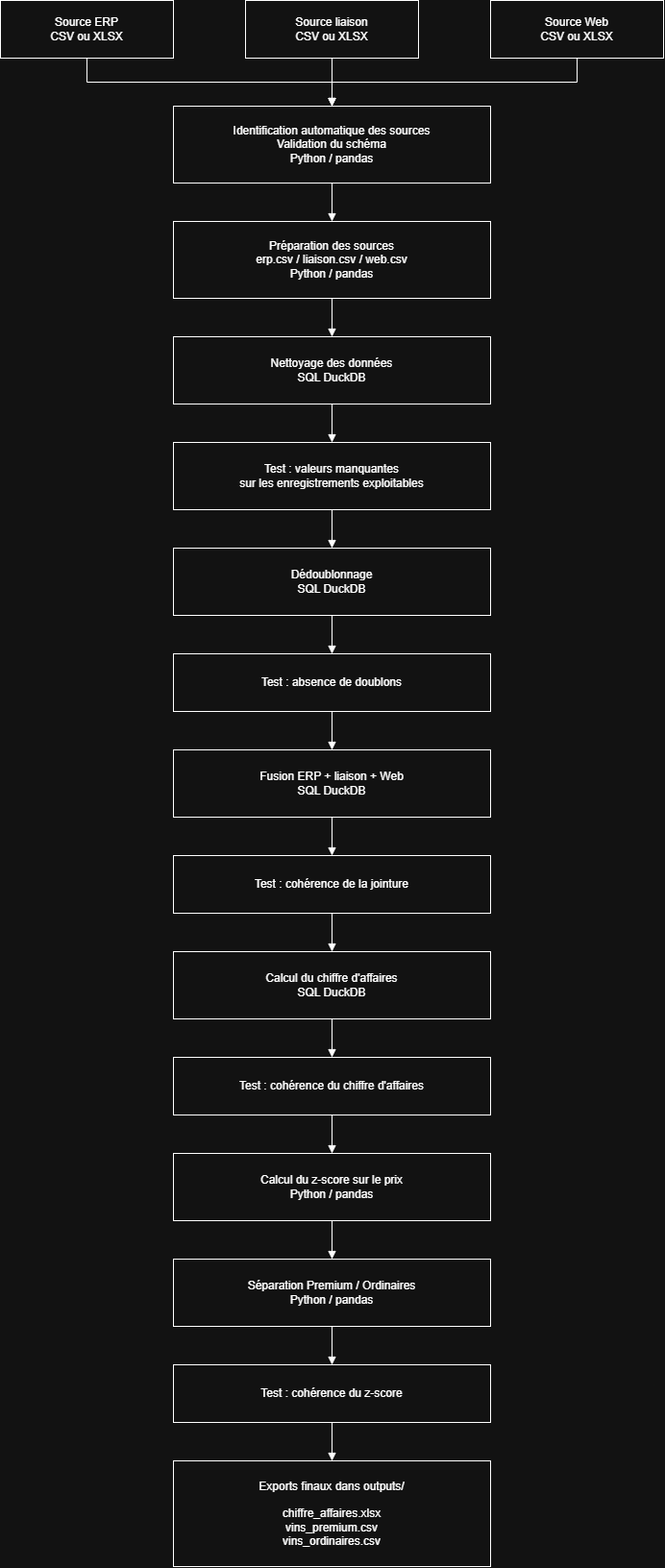
Earlier version of the draw.io export docs/Diagramme_pipeline.png (84TommyJerry84/sl-2026-kestra). Source tidied: cells renumbered, new cells last; positions are measured from the earlier drawing's top-left corner, leaving out a move shared by most shapes.
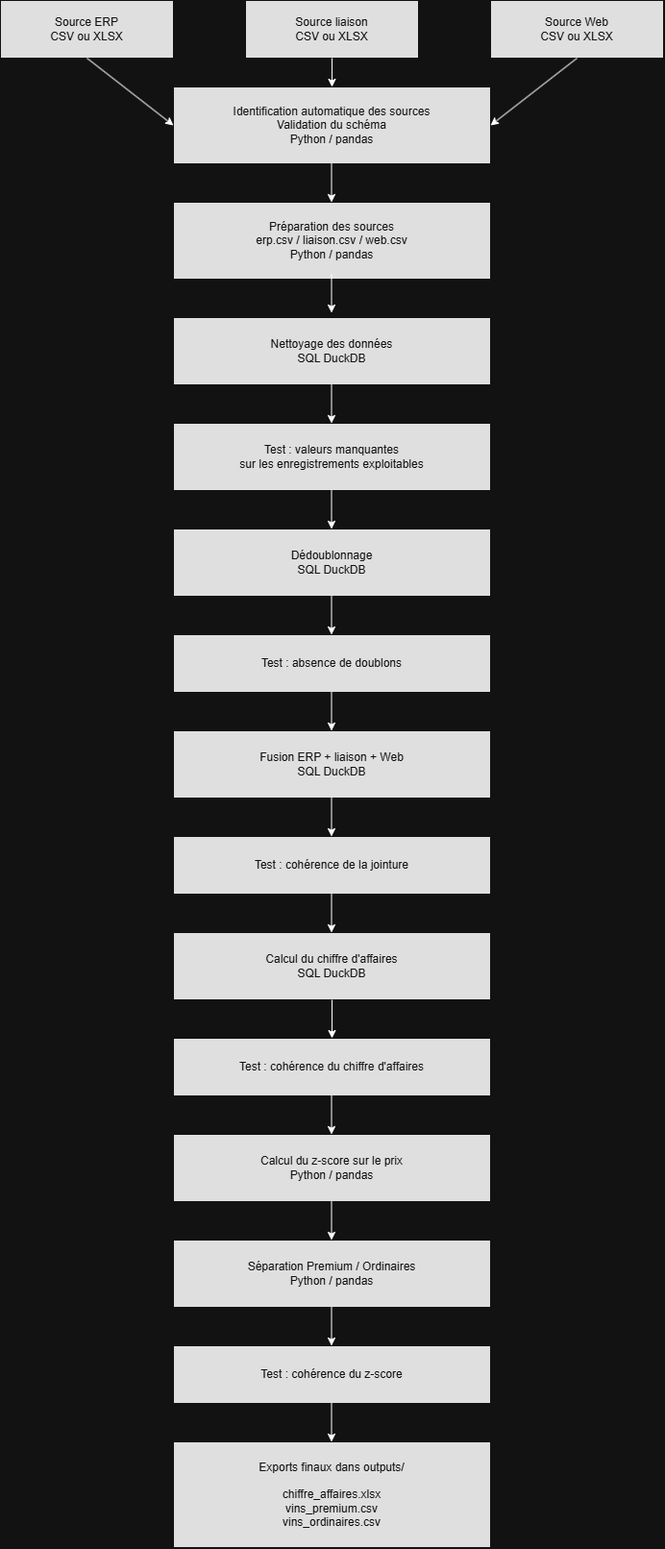
Later version of the same file.

The edit, as a diff of the source:
```diff
@@ -2,104 +2,190 @@
   <root>
     <mxCell id="0" />
     <mxCell id="1" parent="0" />
-    <mxCell id="2" value="Source ERP&#10;CSV ou XLSX" style="rounded=0;whiteSpace=wrap;html=1;align=center;verticalAlign=middle;" parent="1" vertex="1">
-      <mxGeometry width="180" height="60" as="geometry" />
+    <mxCell id="2" value="Source ERP&lt;br&gt;CSV ou XLSX" style="rounded=0;whiteSpace=wrap;html=1;fillColor=#101010;strokeColor=#FFFFFF;fontColor=#FFFFFF;fontSize=12;align=center;verticalAlign=middle;" parent="1" vertex="1">
+      <mxGeometry y="20" width="180" height="60" as="geometry" />
     </mxCell>
-    <mxCell id="3" value="Source liaison&#10;CSV ou XLSX" style="rounded=0;whiteSpace=wrap;html=1;align=center;verticalAlign=middle;" parent="1" vertex="1">
-      <mxGeometry x="255" width="180" height="60" as="geometry" />
+    <mxCell id="3" value="Source liaison&lt;br&gt;CSV ou XLSX" style="rounded=0;whiteSpace=wrap;html=1;fillColor=#101010;strokeColor=#FFFFFF;fontColor=#FFFFFF;fontSize=12;align=center;verticalAlign=middle;" parent="1" vertex="1">
+      <mxGeometry x="255" y="20" width="180" height="60" as="geometry" />
     </mxCell>
-    <mxCell id="4" value="Source Web&#10;CSV ou XLSX" style="rounded=0;whiteSpace=wrap;html=1;align=center;verticalAlign=middle;" parent="1" vertex="1">
-      <mxGeometry x="510" width="180" height="60" as="geometry" />
+    <mxCell id="4" value="Source Web&lt;br&gt;CSV ou XLSX" style="rounded=0;whiteSpace=wrap;html=1;fillColor=#101010;strokeColor=#FFFFFF;fontColor=#FFFFFF;fontSize=12;align=center;verticalAlign=middle;" parent="1" vertex="1">
+      <mxGeometry x="510" y="20" width="180" height="60" as="geometry" />
     </mxCell>
-    <mxCell id="5" value="Identification automatique des sources&#10;Validation du schéma&#10;Python / pandas" style="rounded=0;whiteSpace=wrap;html=1;align=center;verticalAlign=middle;" parent="1" vertex="1">
+    <mxCell id="5" value="Identification automatique des sources&lt;br&gt;Validation du schéma&lt;br&gt;Python / pandas" style="rounded=0;whiteSpace=wrap;html=1;fillColor=#101010;strokeColor=#FFFFFF;fontColor=#FFFFFF;fontSize=12;align=center;verticalAlign=middle;" parent="1" vertex="1">
       <mxGeometry x="180" y="110" width="330" height="80" as="geometry" />
     </mxCell>
-    <mxCell id="6" value="Préparation des sources&#10;erp.csv / liaison.csv / web.csv&#10;Python / pandas" style="rounded=0;whiteSpace=wrap;html=1;align=center;verticalAlign=middle;" parent="1" vertex="1">
+    <mxCell id="6" value="Préparation des sources&lt;br&gt;erp.csv / liaison.csv / web.csv&lt;br&gt;Python / pandas" style="rounded=0;whiteSpace=wrap;html=1;fillColor=#101010;strokeColor=#FFFFFF;fontColor=#FFFFFF;fontSize=12;align=center;verticalAlign=middle;" parent="1" vertex="1">
       <mxGeometry x="180" y="230" width="330" height="80" as="geometry" />
     </mxCell>
-    <mxCell id="7" value="Nettoyage des données&#10;SQL DuckDB" style="rounded=0;whiteSpace=wrap;html=1;align=center;verticalAlign=middle;" parent="1" vertex="1">
+    <mxCell id="7" value="Nettoyage des données&lt;br&gt;SQL DuckDB" style="rounded=0;whiteSpace=wrap;html=1;fillColor=#101010;strokeColor=#FFFFFF;fontColor=#FFFFFF;fontSize=12;align=center;verticalAlign=middle;" parent="1" vertex="1">
       <mxGeometry x="180" y="350" width="330" height="70" as="geometry" />
     </mxCell>
-    <mxCell id="8" value="Test : valeurs manquantes&#10;sur les enregistrements exploitables" style="rounded=0;whiteSpace=wrap;html=1;align=center;verticalAlign=middle;" parent="1" vertex="1">
+    <mxCell id="8" value="Test : valeurs manquantes&lt;br&gt;sur les enregistrements exploitables" style="rounded=0;whiteSpace=wrap;html=1;fillColor=#101010;strokeColor=#FFFFFF;fontColor=#FFFFFF;fontSize=12;align=center;verticalAlign=middle;" parent="1" vertex="1">
       <mxGeometry x="180" y="460" width="330" height="70" as="geometry" />
     </mxCell>
-    <mxCell id="9" value="Dédoublonnage&#10;SQL DuckDB" style="rounded=0;whiteSpace=wrap;html=1;align=center;verticalAlign=middle;" parent="1" vertex="1">
+    <mxCell id="9" value="Dédoublonnage&lt;br&gt;SQL DuckDB" style="rounded=0;whiteSpace=wrap;html=1;fillColor=#101010;strokeColor=#FFFFFF;fontColor=#FFFFFF;fontSize=12;align=center;verticalAlign=middle;" parent="1" vertex="1">
       <mxGeometry x="180" y="570" width="330" height="70" as="geometry" />
     </mxCell>
-    <mxCell id="10" value="Test : absence de doublons" style="rounded=0;whiteSpace=wrap;html=1;align=center;verticalAlign=middle;" parent="1" vertex="1">
+    <mxCell id="10" value="Test : absence de doublons" style="rounded=0;whiteSpace=wrap;html=1;fillColor=#101010;strokeColor=#FFFFFF;fontColor=#FFFFFF;fontSize=12;align=center;verticalAlign=middle;" parent="1" vertex="1">
       <mxGeometry x="180" y="680" width="330" height="60" as="geometry" />
     </mxCell>
-    <mxCell id="11" value="Fusion ERP + liaison + Web&#10;SQL DuckDB" style="rounded=0;whiteSpace=wrap;html=1;align=center;verticalAlign=middle;" parent="1" vertex="1">
+    <mxCell id="11" value="Fusion ERP + liaison + Web&lt;br&gt;SQL DuckDB" style="rounded=0;whiteSpace=wrap;html=1;fillColor=#101010;strokeColor=#FFFFFF;fontColor=#FFFFFF;fontSize=12;align=center;verticalAlign=middle;" parent="1" vertex="1">
       <mxGeometry x="180" y="780" width="330" height="70" as="geometry" />
     </mxCell>
-    <mxCell id="12" value="Test : cohérence de la jointure" style="rounded=0;whiteSpace=wrap;html=1;align=center;verticalAlign=middle;" parent="1" vertex="1">
+    <mxCell id="12" value="Test : cohérence de la jointure" style="rounded=0;whiteSpace=wrap;html=1;fillColor=#101010;strokeColor=#FFFFFF;fontColor=#FFFFFF;fontSize=12;align=center;verticalAlign=middle;" parent="1" vertex="1">
       <mxGeometry x="180" y="890" width="330" height="60" as="geometry" />
     </mxCell>
-    <mxCell id="13" value="Calcul du chiffre d'affaires&#10;SQL DuckDB" style="rounded=0;whiteSpace=wrap;html=1;align=center;verticalAlign=middle;" parent="1" vertex="1">
+    <mxCell id="13" value="Calcul du chiffre d'affaires&lt;br&gt;SQL DuckDB" style="rounded=0;whiteSpace=wrap;html=1;fillColor=#101010;strokeColor=#FFFFFF;fontColor=#FFFFFF;fontSize=12;align=center;verticalAlign=middle;" parent="1" vertex="1">
       <mxGeometry x="180" y="990" width="330" height="70" as="geometry" />
     </mxCell>
-    <mxCell id="14" value="Test : cohérence du chiffre d'affaires" style="rounded=0;whiteSpace=wrap;html=1;align=center;verticalAlign=middle;" parent="1" vertex="1">
+    <mxCell id="14" value="Test : cohérence du chiffre d'affaires" style="rounded=0;whiteSpace=wrap;html=1;fillColor=#101010;strokeColor=#FFFFFF;fontColor=#FFFFFF;fontSize=12;align=center;verticalAlign=middle;" parent="1" vertex="1">
       <mxGeometry x="180" y="1100" width="330" height="60" as="geometry" />
     </mxCell>
-    <mxCell id="15" value="Calcul du z-score sur le prix&#10;Python / pandas" style="rounded=0;whiteSpace=wrap;html=1;align=center;verticalAlign=middle;" parent="1" vertex="1">
+    <mxCell id="15" value="Calcul du z-score sur le prix&lt;br&gt;Python / pandas" style="rounded=0;whiteSpace=wrap;html=1;fillColor=#101010;strokeColor=#FFFFFF;fontColor=#FFFFFF;fontSize=12;align=center;verticalAlign=middle;" parent="1" vertex="1">
       <mxGeometry x="180" y="1200" width="330" height="70" as="geometry" />
     </mxCell>
-    <mxCell id="16" value="Séparation Premium / Ordinaires&#10;Python / pandas" style="rounded=0;whiteSpace=wrap;html=1;align=center;verticalAlign=middle;" parent="1" vertex="1">
+    <mxCell id="16" value="Séparation Premium / Ordinaires&lt;br&gt;Python / pandas" style="rounded=0;whiteSpace=wrap;html=1;fillColor=#101010;strokeColor=#FFFFFF;fontColor=#FFFFFF;fontSize=12;align=center;verticalAlign=middle;" parent="1" vertex="1">
       <mxGeometry x="180" y="1310" width="330" height="70" as="geometry" />
     </mxCell>
-    <mxCell id="17" value="Test : cohérence du z-score" style="rounded=0;whiteSpace=wrap;html=1;align=center;verticalAlign=middle;" parent="1" vertex="1">
+    <mxCell id="17" value="Test : cohérence du z-score" style="rounded=0;whiteSpace=wrap;html=1;fillColor=#101010;strokeColor=#FFFFFF;fontColor=#FFFFFF;fontSize=12;align=center;verticalAlign=middle;" parent="1" vertex="1">
       <mxGeometry x="180" y="1420" width="330" height="60" as="geometry" />
     </mxCell>
-    <mxCell id="18" value="Exports finaux dans outputs/&#10;&#10;chiffre_affaires.xlsx&#10;vins_premium.csv&#10;vins_ordinaires.csv" style="rounded=0;whiteSpace=wrap;html=1;align=center;verticalAlign=middle;" parent="1" vertex="1">
+    <mxCell id="18" value="Exports finaux dans outputs/&lt;br&gt;&lt;br&gt;chiffre_affaires.xlsx&lt;br&gt;vins_premium.csv&lt;br&gt;vins_ordinaires.csv" style="rounded=0;whiteSpace=wrap;html=1;fillColor=#101010;strokeColor=#FFFFFF;fontColor=#FFFFFF;fontSize=12;align=center;verticalAlign=middle;" parent="1" vertex="1">
       <mxGeometry x="180" y="1520" width="330" height="110" as="geometry" />
     </mxCell>
-    <mxCell id="19" style="edgeStyle=orthogonalEdgeStyle;rounded=0;html=1;endArrow=block;" parent="1" edge="1" source="2" target="5">
-      <mxGeometry relative="1" as="geometry" />
-    </mxCell>
+    <mxCell id="35" style="edgeStyle=orthogonalEdgeStyle;rounded=0;jettySize=auto;html=1;strokeColor=#FFFFFF;strokeWidth=1;endArrow=block;endFill=1;" parent="1" edge="1" source="2" target="5">
+      <mxGeometry relative="1" as="geometry" />
+    </mxCell>
-    <mxCell id="20" style="edgeStyle=orthogonalEdgeStyle;rounded=0;html=1;endArrow=block;" parent="1" edge="1" source="3" target="5">
+    <mxCell id="20" style="edgeStyle=orthogonalEdgeStyle;rounded=0;jettySize=auto;html=1;strokeColor=#FFFFFF;strokeWidth=1;endArrow=block;endFill=1;" parent="1" edge="1" source="3" target="5">
       <mxGeometry relative="1" as="geometry" />
     </mxCell>
-    <mxCell id="21" style="edgeStyle=orthogonalEdgeStyle;rounded=0;html=1;endArrow=block;" parent="1" edge="1" source="4" target="5">
-      <mxGeometry relative="1" as="geometry" />
-    </mxCell>
+    <mxCell id="36" style="edgeStyle=orthogonalEdgeStyle;rounded=0;jettySize=auto;html=1;strokeColor=#FFFFFF;strokeWidth=1;endArrow=block;endFill=1;" parent="1" edge="1" source="4" target="5">
+      <mxGeometry relative="1" as="geometry" />
+    </mxCell>
-    <mxCell id="22" style="edgeStyle=orthogonalEdgeStyle;rounded=0;html=1;endArrow=block;" parent="1" edge="1" source="5" target="6">
+    <mxCell id="22" style="edgeStyle=orthogonalEdgeStyle;rounded=0;jettySize=auto;html=1;strokeColor=#FFFFFF;strokeWidth=1;endArrow=block;endFill=1;" parent="1" edge="1" source="5" target="6">
       <mxGeometry relative="1" as="geometry" />
     </mxCell>
-    <mxCell id="23" style="edgeStyle=orthogonalEdgeStyle;rounded=0;html=1;endArrow=block;" parent="1" edge="1" source="6" target="7">
+    <mxCell id="23" style="edgeStyle=orthogonalEdgeStyle;rounded=0;jettySize=auto;html=1;strokeColor=#FFFFFF;strokeWidth=1;endArrow=block;endFill=1;" parent="1" edge="1" source="6" target="7">
       <mxGeometry relative="1" as="geometry" />
     </mxCell>
-    <mxCell id="24" style="edgeStyle=orthogonalEdgeStyle;rounded=0;html=1;endArrow=block;" parent="1" edge="1" source="7" target="8">
+    <mxCell id="24" style="edgeStyle=orthogonalEdgeStyle;rounded=0;jettySize=auto;html=1;strokeColor=#FFFFFF;strokeWidth=1;endArrow=block;endFill=1;" parent="1" edge="1" source="7" target="8">
       <mxGeometry relative="1" as="geometry" />
     </mxCell>
-    <mxCell id="25" style="edgeStyle=orthogonalEdgeStyle;rounded=0;html=1;endArrow=block;" parent="1" edge="1" source="8" target="9">
+    <mxCell id="25" style="edgeStyle=orthogonalEdgeStyle;rounded=0;jettySize=auto;html=1;strokeColor=#FFFFFF;strokeWidth=1;endArrow=block;endFill=1;" parent="1" edge="1" source="8" target="9">
       <mxGeometry relative="1" as="geometry" />
     </mxCell>
-    <mxCell id="26" style="edgeStyle=orthogonalEdgeStyle;rounded=0;html=1;endArrow=block;" parent="1" edge="1" source="9" target="10">
+    <mxCell id="26" style="edgeStyle=orthogonalEdgeStyle;rounded=0;jettySize=auto;html=1;strokeColor=#FFFFFF;strokeWidth=1;endArrow=block;endFill=1;" parent="1" edge="1" source="9" target="10">
       <mxGeometry relative="1" as="geometry" />
     </mxCell>
-    <mxCell id="27" style="edgeStyle=orthogonalEdgeStyle;rounded=0;html=1;endArrow=block;" parent="1" edge="1" source="10" target="11">
+    <mxCell id="27" style="edgeStyle=orthogonalEdgeStyle;rounded=0;jettySize=auto;html=1;strokeColor=#FFFFFF;strokeWidth=1;endArrow=block;endFill=1;" parent="1" edge="1" source="10" target="11">
       <mxGeometry relative="1" as="geometry" />
     </mxCell>
-    <mxCell id="28" style="edgeStyle=orthogonalEdgeStyle;rounded=0;html=1;endArrow=block;" parent="1" edge="1" source="11" target="12">
+    <mxCell id="28" style="edgeStyle=orthogonalEdgeStyle;rounded=0;jettySize=auto;html=1;strokeColor=#FFFFFF;strokeWidth=1;endArrow=block;endFill=1;" parent="1" edge="1" source="11" target="12">
       <mxGeometry relative="1" as="geometry" />
     </mxCell>
-    <mxCell id="29" style="edgeStyle=orthogonalEdgeStyle;rounded=0;html=1;endArrow=block;" parent="1" edge="1" source="12" target="13">
+    <mxCell id="29" style="edgeStyle=orthogonalEdgeStyle;rounded=0;jettySize=auto;html=1;strokeColor=#FFFFFF;strokeWidth=1;endArrow=block;endFill=1;" parent="1" edge="1" source="12" target="13">
       <mxGeometry relative="1" as="geometry" />
     </mxCell>
-    <mxCell id="30" style="edgeStyle=orthogonalEdgeStyle;rounded=0;html=1;endArrow=block;" parent="1" edge="1" source="13" target="14">
-      <mxGeometry relative="1" as="geometry" />
-    </mxCell>
+    <mxCell id="37" style="edgeStyle=orthogonalEdgeStyle;rounded=0;jettySize=auto;html=1;strokeColor=#FFFFFF;strokeWidth=1;endArrow=block;endFill=1;" parent="1" edge="1" source="13" target="14">
+      <mxGeometry relative="1" as="geometry" />
+    </mxCell>
-    <mxCell id="31" style="edgeStyle=orthogonalEdgeStyle;rounded=0;html=1;endArrow=block;" parent="1" edge="1" source="14" target="15">
+    <mxCell id="31" style="edgeStyle=orthogonalEdgeStyle;rounded=0;jettySize=auto;html=1;strokeColor=#FFFFFF;strokeWidth=1;endArrow=block;endFill=1;" parent="1" edge="1" source="14" target="15">
       <mxGeometry relative="1" as="geometry" />
     </mxCell>
-    <mxCell id="32" style="edgeStyle=orthogonalEdgeStyle;rounded=0;html=1;endArrow=block;" parent="1" edge="1" source="15" target="16">
+    <mxCell id="32" style="edgeStyle=orthogonalEdgeStyle;rounded=0;jettySize=auto;html=1;strokeColor=#FFFFFF;strokeWidth=1;endArrow=block;endFill=1;" parent="1" edge="1" source="15" target="16">
       <mxGeometry relative="1" as="geometry" />
     </mxCell>
-    <mxCell id="33" style="edgeStyle=orthogonalEdgeStyle;rounded=0;html=1;endArrow=block;" parent="1" edge="1" source="16" target="17">
+    <mxCell id="33" style="edgeStyle=orthogonalEdgeStyle;rounded=0;jettySize=auto;html=1;strokeColor=#FFFFFF;strokeWidth=1;endArrow=block;endFill=1;" parent="1" edge="1" source="16" target="17">
       <mxGeometry relative="1" as="geometry" />
     </mxCell>
-    <mxCell id="34" style="edgeStyle=orthogonalEdgeStyle;rounded=0;html=1;endArrow=block;" parent="1" edge="1" source="17" target="18">
+    <mxCell id="34" style="edgeStyle=orthogonalEdgeStyle;rounded=0;jettySize=auto;html=1;strokeColor=#FFFFFF;strokeWidth=1;endArrow=block;endFill=1;" parent="1" edge="1" source="17" target="18">
       <mxGeometry relative="1" as="geometry" />
     </mxCell>
+    <mxCell id="38" style="endArrow=classic;html=1;rounded=0;exitX=0.5;exitY=1;exitDx=0;exitDy=0;entryX=0.5;entryY=0;entryDx=0;entryDy=0;" parent="1" edge="1" source="13" target="14">
+      <mxGeometry relative="1" as="geometry" />
+    </mxCell>
+    <mxCell id="39" style="endArrow=classic;html=1;rounded=0;exitX=0.5;exitY=1;exitDx=0;exitDy=0;entryX=0.5;entryY=0;entryDx=0;entryDy=0;" parent="1" edge="1">
+      <mxGeometry relative="1" as="geometry">
+        <mxPoint x="344.5" y="950" as="sourcePoint" />
+        <mxPoint x="344.5" y="990" as="targetPoint" />
+      </mxGeometry>
+    </mxCell>
+    <mxCell id="40" style="endArrow=classic;html=1;rounded=0;exitX=0.5;exitY=1;exitDx=0;exitDy=0;entryX=0.5;entryY=0;entryDx=0;entryDy=0;" parent="1" edge="1">
+      <mxGeometry relative="1" as="geometry">
+        <mxPoint x="344.5" y="740" as="sourcePoint" />
+        <mxPoint x="344.5" y="780" as="targetPoint" />
+      </mxGeometry>
+    </mxCell>
+    <mxCell id="41" style="endArrow=classic;html=1;rounded=0;exitX=0.5;exitY=1;exitDx=0;exitDy=0;entryX=0.5;entryY=0;entryDx=0;entryDy=0;" parent="1" edge="1">
+      <mxGeometry relative="1" as="geometry">
+        <mxPoint x="344.5" y="850" as="sourcePoint" />
+        <mxPoint x="344.5" y="890" as="targetPoint" />
+      </mxGeometry>
+    </mxCell>
+    <mxCell id="42" style="endArrow=classic;html=1;rounded=0;exitX=0.5;exitY=1;exitDx=0;exitDy=0;entryX=0.5;entryY=0;entryDx=0;entryDy=0;" parent="1" edge="1">
+      <mxGeometry relative="1" as="geometry">
+        <mxPoint x="344.5" y="640" as="sourcePoint" />
+        <mxPoint x="344.5" y="680" as="targetPoint" />
+      </mxGeometry>
+    </mxCell>
+    <mxCell id="43" style="endArrow=classic;html=1;rounded=0;exitX=0.5;exitY=1;exitDx=0;exitDy=0;entryX=0.5;entryY=0;entryDx=0;entryDy=0;" parent="1" edge="1">
+      <mxGeometry relative="1" as="geometry">
+        <mxPoint x="344.5" y="420" as="sourcePoint" />
+        <mxPoint x="344.5" y="460" as="targetPoint" />
+      </mxGeometry>
+    </mxCell>
+    <mxCell id="44" style="endArrow=classic;html=1;rounded=0;exitX=0.5;exitY=1;exitDx=0;exitDy=0;entryX=0.5;entryY=0;entryDx=0;entryDy=0;" parent="1" edge="1">
+      <mxGeometry relative="1" as="geometry">
+        <mxPoint x="344.5" y="530" as="sourcePoint" />
+        <mxPoint x="344.5" y="570" as="targetPoint" />
+      </mxGeometry>
+    </mxCell>
+    <mxCell id="45" style="endArrow=classic;html=1;rounded=0;exitX=0.5;exitY=1;exitDx=0;exitDy=0;entryX=0.5;entryY=0;entryDx=0;entryDy=0;" parent="1" edge="1">
+      <mxGeometry relative="1" as="geometry">
+        <mxPoint x="344.5" y="305" as="sourcePoint" />
+        <mxPoint x="344.5" y="345" as="targetPoint" />
+      </mxGeometry>
+    </mxCell>
+    <mxCell id="46" style="endArrow=classic;html=1;rounded=0;exitX=0.5;exitY=1;exitDx=0;exitDy=0;entryX=0.5;entryY=0;entryDx=0;entryDy=0;" parent="1" edge="1">
+      <mxGeometry relative="1" as="geometry">
+        <mxPoint x="344.5" y="190" as="sourcePoint" />
+        <mxPoint x="344.5" y="230" as="targetPoint" />
+      </mxGeometry>
+    </mxCell>
+    <mxCell id="47" style="endArrow=classic;html=1;rounded=0;exitX=0.5;exitY=1;exitDx=0;exitDy=0;entryX=0.5;entryY=0;entryDx=0;entryDy=0;" parent="1" edge="1" target="5">
+      <mxGeometry relative="1" as="geometry">
+        <mxPoint x="345" y="80" as="sourcePoint" />
+      </mxGeometry>
+    </mxCell>
+    <mxCell id="48" style="endArrow=classic;html=1;rounded=0;exitX=0.5;exitY=1;exitDx=0;exitDy=0;entryX=1;entryY=0.5;entryDx=0;entryDy=0;" parent="1" edge="1" source="4" target="5">
+      <mxGeometry relative="1" as="geometry" />
+    </mxCell>
+    <mxCell id="49" style="endArrow=classic;html=1;rounded=0;exitX=0.5;exitY=1;exitDx=0;exitDy=0;entryX=0;entryY=0.5;entryDx=0;entryDy=0;" parent="1" edge="1" source="2" target="5">
+      <mxGeometry relative="1" as="geometry" />
+    </mxCell>
+    <mxCell id="50" style="endArrow=classic;html=1;rounded=0;exitX=0.5;exitY=1;exitDx=0;exitDy=0;entryX=0.5;entryY=0;entryDx=0;entryDy=0;" parent="1" edge="1">
+      <mxGeometry relative="1" as="geometry">
+        <mxPoint x="344.5" y="1160" as="sourcePoint" />
+        <mxPoint x="344.5" y="1200" as="targetPoint" />
+      </mxGeometry>
+    </mxCell>
+    <mxCell id="51" style="endArrow=classic;html=1;rounded=0;exitX=0.5;exitY=1;exitDx=0;exitDy=0;entryX=0.5;entryY=0;entryDx=0;entryDy=0;" parent="1" edge="1">
+      <mxGeometry relative="1" as="geometry">
+        <mxPoint x="344.5" y="1270" as="sourcePoint" />
+        <mxPoint x="344.5" y="1310" as="targetPoint" />
+      </mxGeometry>
+    </mxCell>
+    <mxCell id="52" style="endArrow=classic;html=1;rounded=0;exitX=0.5;exitY=1;exitDx=0;exitDy=0;entryX=0.5;entryY=0;entryDx=0;entryDy=0;" parent="1" edge="1">
+      <mxGeometry relative="1" as="geometry">
+        <mxPoint x="344.5" y="1380" as="sourcePoint" />
+        <mxPoint x="344.5" y="1420" as="targetPoint" />
+      </mxGeometry>
+    </mxCell>
+    <mxCell id="53" style="endArrow=classic;html=1;rounded=0;exitX=0.5;exitY=1;exitDx=0;exitDy=0;entryX=0.5;entryY=0;entryDx=0;entryDy=0;" parent="1" edge="1">
+      <mxGeometry relative="1" as="geometry">
+        <mxPoint x="344.5" y="1480" as="sourcePoint" />
+        <mxPoint x="344.5" y="1520" as="targetPoint" />
+      </mxGeometry>
+    </mxCell>
   </root>
 </mxGraphModel>
```
